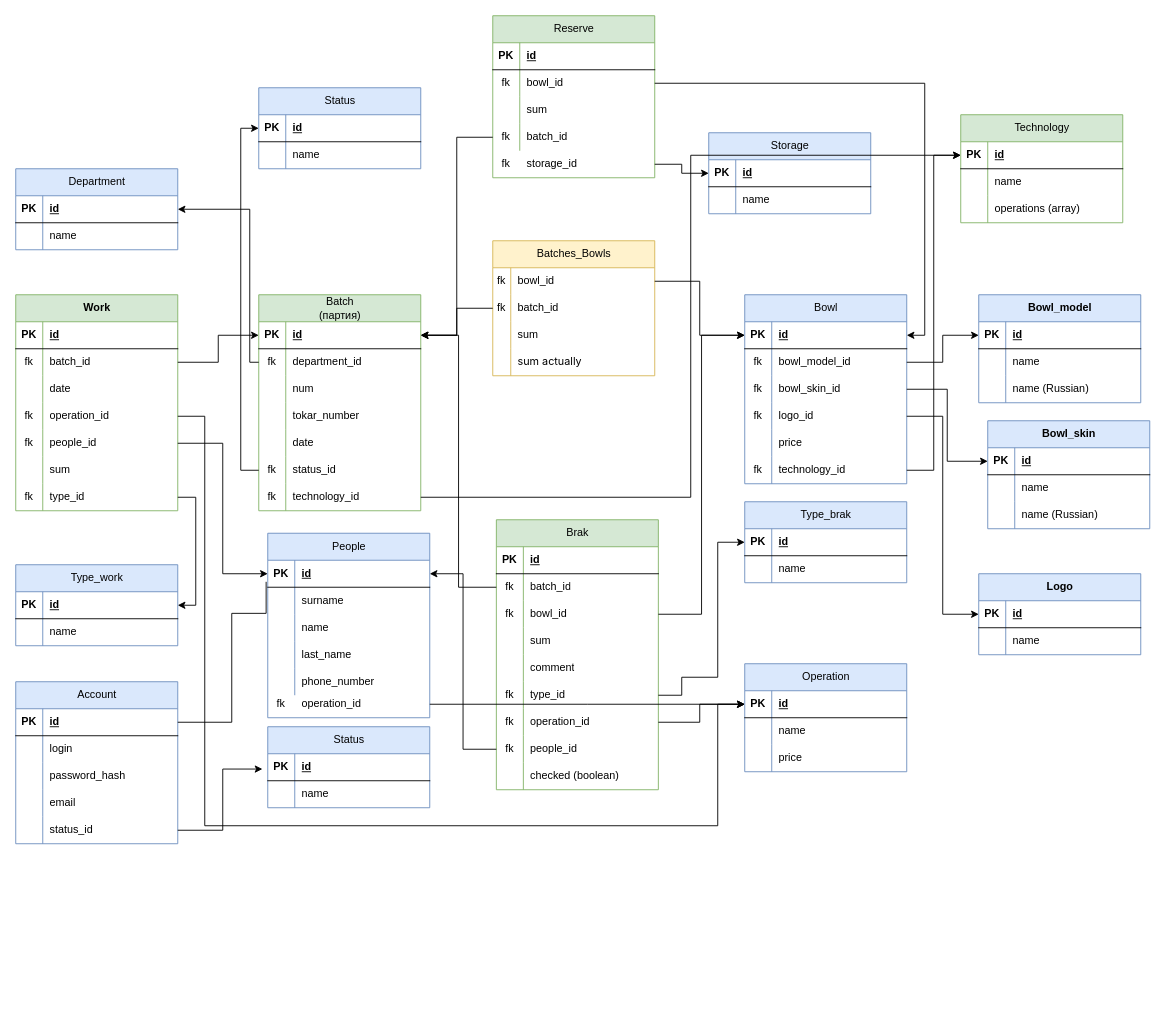
Before: CosmoCRM.drawio in OGdanik/db_diagrams, a draw.io diagram. Source tidied: cells renumbered, new cells numbered last; positions are measured from the earlier drawing's top-left corner, leaving out a move shared by most shapes. Both pictures are drawn from the tidied source at 90%, with x=0, y=0 at pixel (15, 15).
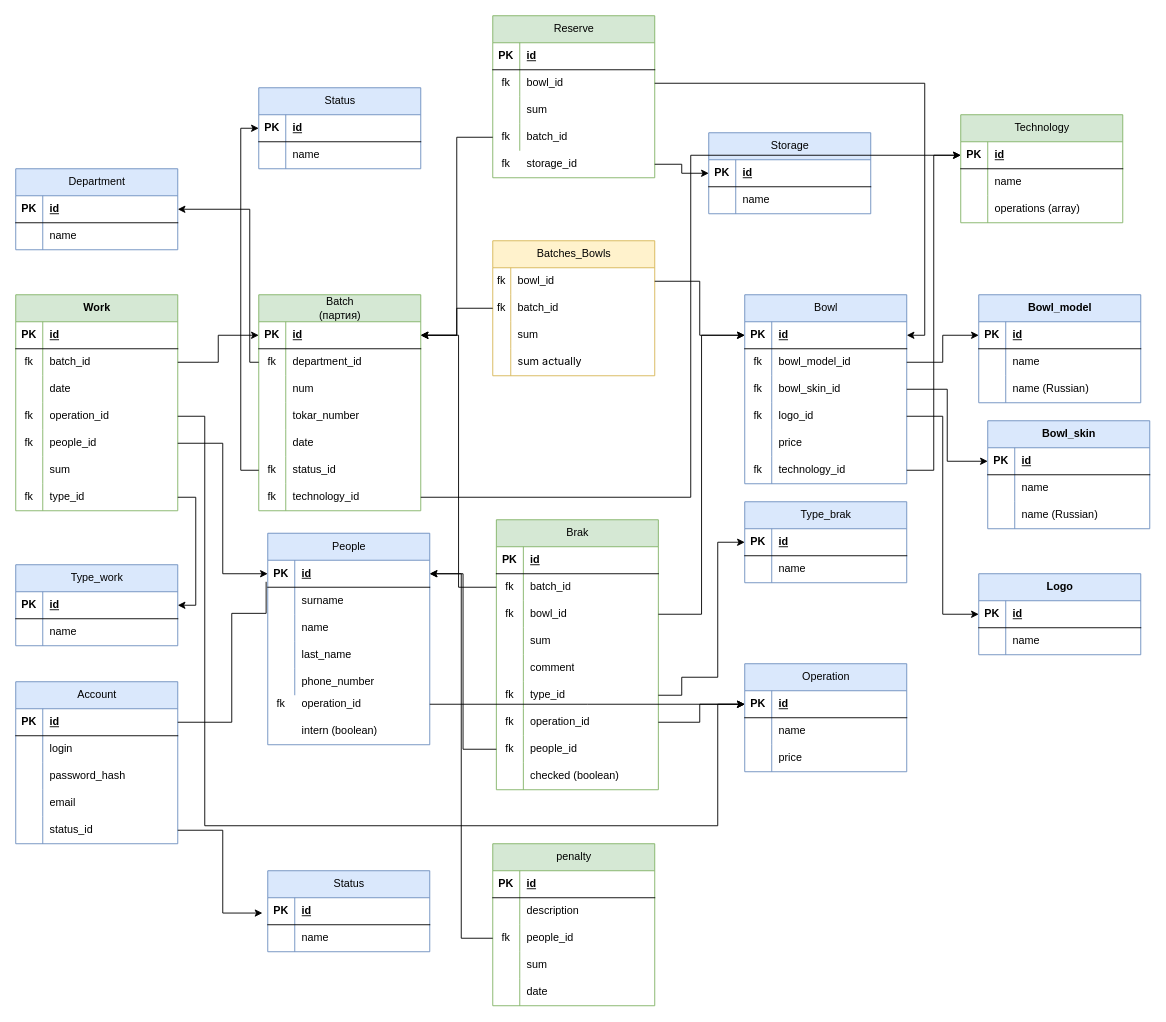
The same page after the edit.

The change refers to these unchanged cells:
```xml
<mxCell id="100" style="shape=tableRow;horizontal=0;startSize=0;swimlaneHead=0;swimlaneBody=0;fillColor=none;points=[[0,0.5],[1,0.5]];portConstraint=eastwest;top=0;left=0;right=0;bottom=1;" parent="99" vertex="1">
  <mxGeometry y="30" width="180" height="30" as="geometry" />
</mxCell>
```

Change to the diagram source:
```diff
@@
     <mxCell id="99" value="&lt;span style=&quot;font-weight: 400; text-wrap: wrap;&quot;&gt;People&lt;/span&gt;" style="shape=table;startSize=30;childLayout=tableLayout;rowLines=0;fontStyle=1;align=center;html=1;fillColor=#dae8fc;strokeColor=#6c8ebf;" parent="1" vertex="1">
-      <mxGeometry x="280" y="575" width="180" height="205" as="geometry" />
+      <mxGeometry x="280" y="575" width="180" height="235" as="geometry" />
     </mxCell>
@@
     <mxCell id="237" value="&lt;span style=&quot;font-weight: 400; text-wrap: wrap;&quot;&gt;Status&lt;/span&gt;" style="shape=table;startSize=30;childLayout=tableLayout;rowLines=0;fontStyle=1;align=center;html=1;fillColor=#dae8fc;strokeColor=#6c8ebf;" parent="1" vertex="1">
-      <mxGeometry x="280" y="790" width="180" height="90" as="geometry" />
+      <mxGeometry x="280" y="950" width="180" height="90" as="geometry" />
     </mxCell>
@@
+    <mxCell id="271" style="shape=tableRow;horizontal=0;startSize=0;swimlaneHead=0;swimlaneBody=0;fillColor=none;top=0;left=0;right=0;bottom=0;" parent="1" vertex="1">
+      <mxGeometry x="280" y="780" width="180" height="30" as="geometry" />
+    </mxCell>
+    <mxCell id="272" style="shape=partialRectangle;fillColor=none;top=0;left=0;bottom=0;right=0;overflow=hidden;whiteSpace=wrap;html=1;" parent="271" vertex="1">
+      <mxGeometry width="30" height="30" as="geometry" />
+    </mxCell>
+    <mxCell id="273" value="intern (boolean)" style="shape=partialRectangle;fillColor=none;top=0;left=0;bottom=0;right=0;align=left;spacingLeft=6;overflow=hidden;whiteSpace=wrap;html=1;" parent="271" vertex="1">
+      <mxGeometry x="30" width="150" height="30" as="geometry" />
+    </mxCell>
+    <mxCell id="274" value="&lt;span style=&quot;font-weight: 400; text-wrap: wrap;&quot;&gt;penalty&lt;/span&gt;" style="shape=table;startSize=30;childLayout=tableLayout;rowLines=0;fontStyle=1;align=center;html=1;fillColor=#d5e8d4;strokeColor=#82b366;" parent="1" vertex="1">
+      <mxGeometry x="530" y="920" width="180" height="180" as="geometry" />
+    </mxCell>
+    <mxCell id="275" style="shape=tableRow;horizontal=0;startSize=0;swimlaneHead=0;swimlaneBody=0;fillColor=none;top=0;left=0;right=0;bottom=1;" parent="274" vertex="1">
+      <mxGeometry y="30" width="180" height="30" as="geometry" />
+    </mxCell>
+    <mxCell id="276" value="PK" style="shape=partialRectangle;fillColor=none;top=0;left=0;bottom=0;right=0;fontStyle=1;overflow=hidden;whiteSpace=wrap;html=1;" parent="275" vertex="1">
+      <mxGeometry width="30" height="30" as="geometry" />
+    </mxCell>
+    <mxCell id="277" value="id" style="shape=partialRectangle;fillColor=none;top=0;left=0;bottom=0;right=0;align=left;spacingLeft=6;fontStyle=5;overflow=hidden;whiteSpace=wrap;html=1;" parent="275" vertex="1">
+      <mxGeometry x="30" width="150" height="30" as="geometry" />
+    </mxCell>
+    <mxCell id="278" style="shape=tableRow;horizontal=0;startSize=0;swimlaneHead=0;swimlaneBody=0;fillColor=none;top=0;left=0;right=0;bottom=0;" parent="274" vertex="1">
+      <mxGeometry y="60" width="180" height="30" as="geometry" />
+    </mxCell>
+    <mxCell id="279" style="shape=partialRectangle;fillColor=none;top=0;left=0;bottom=0;right=0;overflow=hidden;whiteSpace=wrap;html=1;" parent="278" vertex="1">
+      <mxGeometry width="30" height="30" as="geometry" />
+    </mxCell>
+    <mxCell id="280" value="description" style="shape=partialRectangle;fillColor=none;top=0;left=0;bottom=0;right=0;align=left;spacingLeft=6;overflow=hidden;whiteSpace=wrap;html=1;" parent="278" vertex="1">
+      <mxGeometry x="30" width="150" height="30" as="geometry" />
+    </mxCell>
+    <mxCell id="281" style="shape=tableRow;horizontal=0;startSize=0;swimlaneHead=0;swimlaneBody=0;fillColor=none;points=[[0,0.5],[1,0.5]];portConstraint=eastwest;top=0;left=0;right=0;bottom=0;" parent="274" vertex="1">
+      <mxGeometry y="90" width="180" height="30" as="geometry" />
+    </mxCell>
+    <mxCell id="282" value="fk" style="shape=partialRectangle;fillColor=none;top=0;left=0;bottom=0;right=0;overflow=hidden;whiteSpace=wrap;html=1;" parent="281" vertex="1">
+      <mxGeometry width="30" height="30" as="geometry" />
+    </mxCell>
+    <mxCell id="283" value="people_id" style="shape=partialRectangle;fillColor=none;top=0;left=0;bottom=0;right=0;align=left;spacingLeft=6;overflow=hidden;whiteSpace=wrap;html=1;" parent="281" vertex="1">
+      <mxGeometry x="30" width="150" height="30" as="geometry" />
+    </mxCell>
+    <mxCell id="284" style="shape=tableRow;horizontal=0;startSize=0;swimlaneHead=0;swimlaneBody=0;fillColor=none;top=0;left=0;right=0;bottom=0;" parent="274" vertex="1">
+      <mxGeometry y="120" width="180" height="30" as="geometry" />
+    </mxCell>
+    <mxCell id="285" style="shape=partialRectangle;fillColor=none;top=0;left=0;bottom=0;right=0;overflow=hidden;whiteSpace=wrap;html=1;" parent="284" vertex="1">
+      <mxGeometry width="30" height="30" as="geometry" />
+    </mxCell>
+    <mxCell id="286" value="sum" style="shape=partialRectangle;fillColor=none;top=0;left=0;bottom=0;right=0;align=left;spacingLeft=6;overflow=hidden;whiteSpace=wrap;html=1;" parent="284" vertex="1">
+      <mxGeometry x="30" width="150" height="30" as="geometry" />
+    </mxCell>
+    <mxCell id="287" style="shape=tableRow;horizontal=0;startSize=0;swimlaneHead=0;swimlaneBody=0;fillColor=none;top=0;left=0;right=0;bottom=0;" parent="274" vertex="1">
+      <mxGeometry y="150" width="180" height="30" as="geometry" />
+    </mxCell>
+    <mxCell id="288" style="shape=partialRectangle;fillColor=none;top=0;left=0;bottom=0;right=0;overflow=hidden;whiteSpace=wrap;html=1;" parent="287" vertex="1">
+      <mxGeometry width="30" height="30" as="geometry" />
+    </mxCell>
+    <mxCell id="289" value="date" style="shape=partialRectangle;fillColor=none;top=0;left=0;bottom=0;right=0;align=left;spacingLeft=6;overflow=hidden;whiteSpace=wrap;html=1;" parent="287" vertex="1">
+      <mxGeometry x="30" width="150" height="30" as="geometry" />
+    </mxCell>
+    <mxCell id="290" style="edgeStyle=orthogonalEdgeStyle;rounded=0;jettySize=auto;html=1;" parent="1" edge="1" source="281" target="100">
+      <mxGeometry relative="1" as="geometry" />
+    </mxCell>
```
